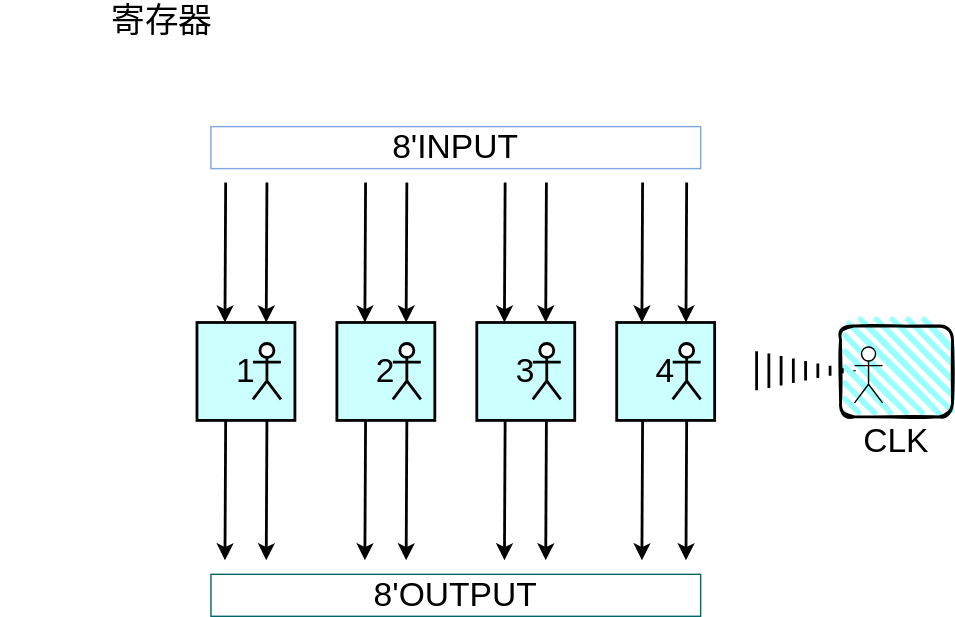
Raspberry-NQ/human-8bit-CPU keeps this draw.io diagram as register.drawio.svg. Above is the earlier version. Source tidied: cells renumbered, new cells last; positions are measured from the earlier drawing's top-left corner, leaving out a move shared by most shapes.
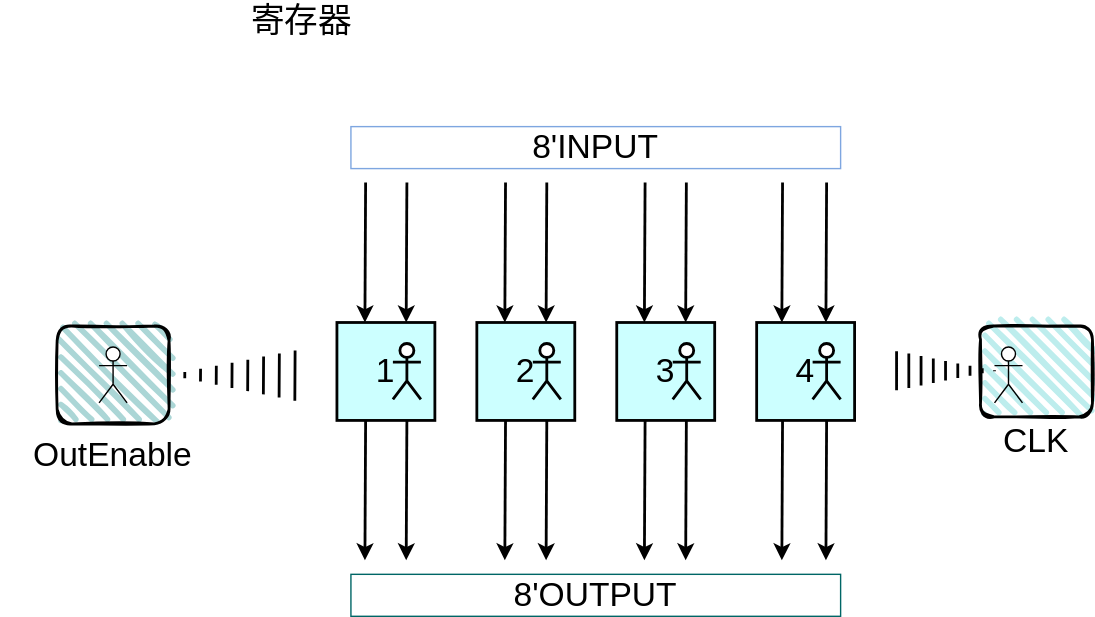
The same diagram one commit later.

Change to the diagram source:
```diff
@@ -29,7 +29,7 @@
     <mxCell id="10" style="shape=umlActor;verticalLabelPosition=bottom;verticalAlign=top;html=1;fontSize=24;fillColor=#FFFFFF;strokeWidth=2;" parent="1" vertex="1">
       <mxGeometry x="480" y="245" width="20" height="40" as="geometry" />
     </mxCell>
-    <mxCell id="11" style="rounded=1;whiteSpace=wrap;html=1;strokeWidth=2;fillWeight=4;hachureGap=8;hachureAngle=45;fillColor=#99FFFF;sketch=1;fontSize=24;fillStyle=hachure;" parent="1" vertex="1">
+    <mxCell id="11" style="rounded=1;whiteSpace=wrap;html=1;strokeWidth=2;fillWeight=4;hachureGap=8;hachureAngle=45;fillColor=#BDEDED;sketch=1;fontSize=24;fillStyle=hachure;" parent="1" vertex="1">
       <mxGeometry x="600" y="232.5" width="80" height="65" as="geometry" />
     </mxCell>
     <mxCell id="12" style="shape=umlActor;verticalLabelPosition=bottom;verticalAlign=top;html=1;fontSize=24;fillColor=#FFFFFF;" parent="1" vertex="1">
@@ -146,5 +146,19 @@
     <mxCell id="32" value="8'OUTPUT" style="text;html=1;strokeColor=#006666;fillColor=default;align=center;verticalAlign=middle;whiteSpace=wrap;rounded=0;fillStyle=hachure;fontSize=24;gradientColor=none;gradientDirection=west;" parent="1" vertex="1">
       <mxGeometry x="150" y="410" width="350" height="30" as="geometry" />
     </mxCell>
+    <mxCell id="33" style="rounded=1;whiteSpace=wrap;html=1;strokeWidth=2;fillWeight=4;hachureGap=8;hachureAngle=45;fillColor=#ABD6D6;sketch=1;fillStyle=hachure;fontSize=24;" parent="1" vertex="1">
+      <mxGeometry x="-60" y="232.5" width="80" height="70" as="geometry" />
+    </mxCell>
+    <mxCell id="34" style="shape=mxgraph.arrows2.wedgeArrowDashed;html=1;rounded=0;fontSize=24;strokeWidth=2;entryX=1;entryY=0.5;entryDx=0;entryDy=0;" parent="1" edge="1" target="33">
+      <mxGeometry relative="1" as="geometry">
+        <mxPoint x="110" y="268" as="sourcePoint" />
+      </mxGeometry>
+    </mxCell>
+    <mxCell id="35" style="shape=umlActor;verticalLabelPosition=bottom;verticalAlign=top;html=1;fontSize=24;fillColor=#FFFFFF;" parent="1" vertex="1">
+      <mxGeometry x="-30" y="247.5" width="20" height="40" as="geometry" />
+    </mxCell>
+    <mxCell id="36" value="OutEnable" style="text;html=1;strokeColor=none;fillColor=none;align=center;verticalAlign=middle;whiteSpace=wrap;rounded=0;fillStyle=hachure;fontSize=24;" parent="1" vertex="1">
+      <mxGeometry x="-100" y="310" width="160" height="30" as="geometry" />
+    </mxCell>
   </root>
 </mxGraphModel>
```
